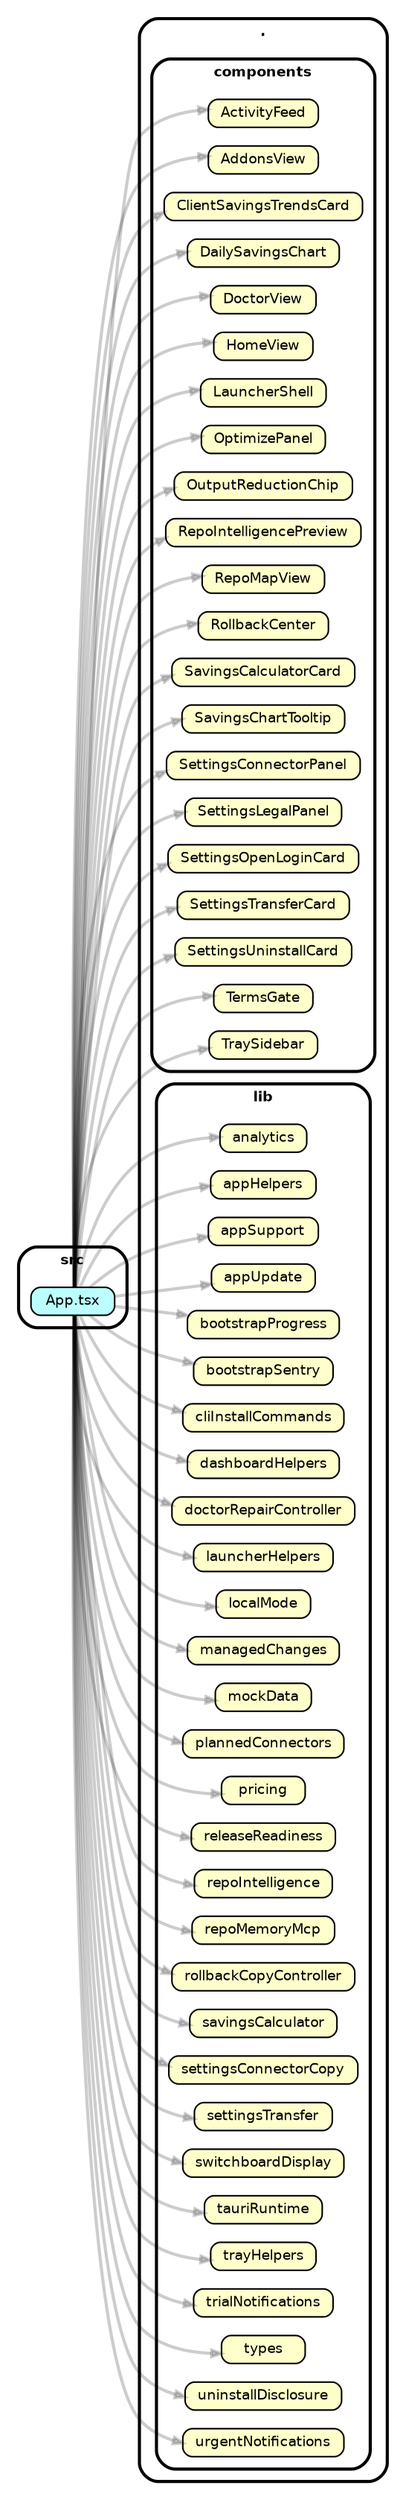
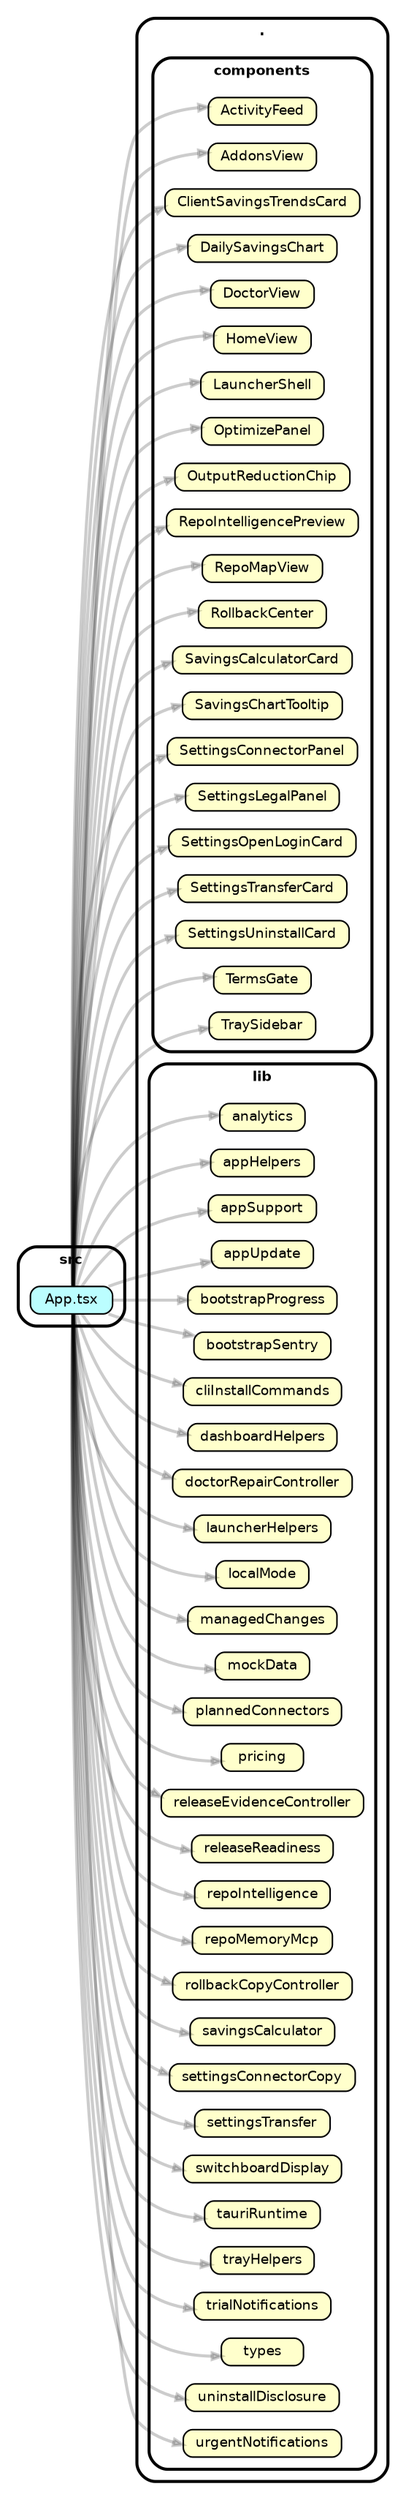
strict digraph "dependency-cruiser output"{
    rankdir="LR" splines="true" overlap="false" nodesep="0.16" ranksep="0.18" fontname="Helvetica-bold" fontsize="9" style="rounded,bold,filled" fillcolor="#ffffff" compound="true"
    node [shape="box" style="rounded, filled" height="0.2" color="black" fillcolor="#ffffcc" fontcolor="black" fontname="Helvetica" fontsize="9"]
    edge [arrowhead="normal" arrowsize="0.6" penwidth="2.0" color="#00000033" fontname="Helvetica" fontsize="9"]

    subgraph "cluster_." {label="." subgraph "cluster_./components" {label="components" "./components/ActivityFeed" [label=<ActivityFeed> tooltip="ActivityFeed" ] } }
    subgraph "cluster_." {label="." subgraph "cluster_./components" {label="components" "./components/AddonsView" [label=<AddonsView> tooltip="AddonsView" ] } }
    subgraph "cluster_." {label="." subgraph "cluster_./components" {label="components" "./components/ClientSavingsTrendsCard" [label=<ClientSavingsTrendsCard> tooltip="ClientSavingsTrendsCard" ] } }
    subgraph "cluster_." {label="." subgraph "cluster_./components" {label="components" "./components/DailySavingsChart" [label=<DailySavingsChart> tooltip="DailySavingsChart" ] } }
    subgraph "cluster_." {label="." subgraph "cluster_./components" {label="components" "./components/DoctorView" [label=<DoctorView> tooltip="DoctorView" ] } }
    subgraph "cluster_." {label="." subgraph "cluster_./components" {label="components" "./components/HomeView" [label=<HomeView> tooltip="HomeView" ] } }
    subgraph "cluster_." {label="." subgraph "cluster_./components" {label="components" "./components/LauncherShell" [label=<LauncherShell> tooltip="LauncherShell" ] } }
    subgraph "cluster_." {label="." subgraph "cluster_./components" {label="components" "./components/OptimizePanel" [label=<OptimizePanel> tooltip="OptimizePanel" ] } }
    subgraph "cluster_." {label="." subgraph "cluster_./components" {label="components" "./components/OutputReductionChip" [label=<OutputReductionChip> tooltip="OutputReductionChip" ] } }
    subgraph "cluster_." {label="." subgraph "cluster_./components" {label="components" "./components/RepoIntelligencePreview" [label=<RepoIntelligencePreview> tooltip="RepoIntelligencePreview" ] } }
    subgraph "cluster_." {label="." subgraph "cluster_./components" {label="components" "./components/RepoMapView" [label=<RepoMapView> tooltip="RepoMapView" ] } }
    subgraph "cluster_." {label="." subgraph "cluster_./components" {label="components" "./components/RollbackCenter" [label=<RollbackCenter> tooltip="RollbackCenter" ] } }
    subgraph "cluster_." {label="." subgraph "cluster_./components" {label="components" "./components/SavingsCalculatorCard" [label=<SavingsCalculatorCard> tooltip="SavingsCalculatorCard" ] } }
    subgraph "cluster_." {label="." subgraph "cluster_./components" {label="components" "./components/SavingsChartTooltip" [label=<SavingsChartTooltip> tooltip="SavingsChartTooltip" ] } }
    subgraph "cluster_." {label="." subgraph "cluster_./components" {label="components" "./components/SettingsConnectorPanel" [label=<SettingsConnectorPanel> tooltip="SettingsConnectorPanel" ] } }
    subgraph "cluster_." {label="." subgraph "cluster_./components" {label="components" "./components/SettingsLegalPanel" [label=<SettingsLegalPanel> tooltip="SettingsLegalPanel" ] } }
    subgraph "cluster_." {label="." subgraph "cluster_./components" {label="components" "./components/SettingsOpenLoginCard" [label=<SettingsOpenLoginCard> tooltip="SettingsOpenLoginCard" ] } }
    subgraph "cluster_." {label="." subgraph "cluster_./components" {label="components" "./components/SettingsTransferCard" [label=<SettingsTransferCard> tooltip="SettingsTransferCard" ] } }
    subgraph "cluster_." {label="." subgraph "cluster_./components" {label="components" "./components/SettingsUninstallCard" [label=<SettingsUninstallCard> tooltip="SettingsUninstallCard" ] } }
    subgraph "cluster_." {label="." subgraph "cluster_./components" {label="components" "./components/TermsGate" [label=<TermsGate> tooltip="TermsGate" ] } }
    subgraph "cluster_." {label="." subgraph "cluster_./components" {label="components" "./components/TraySidebar" [label=<TraySidebar> tooltip="TraySidebar" ] } }
    subgraph "cluster_." {label="." subgraph "cluster_./lib" {label="lib" "./lib/analytics" [label=<analytics> tooltip="analytics" ] } }
    subgraph "cluster_." {label="." subgraph "cluster_./lib" {label="lib" "./lib/appHelpers" [label=<appHelpers> tooltip="appHelpers" ] } }
    subgraph "cluster_." {label="." subgraph "cluster_./lib" {label="lib" "./lib/appSupport" [label=<appSupport> tooltip="appSupport" ] } }
    subgraph "cluster_." {label="." subgraph "cluster_./lib" {label="lib" "./lib/appUpdate" [label=<appUpdate> tooltip="appUpdate" ] } }
    subgraph "cluster_." {label="." subgraph "cluster_./lib" {label="lib" "./lib/bootstrapProgress" [label=<bootstrapProgress> tooltip="bootstrapProgress" ] } }
    subgraph "cluster_." {label="." subgraph "cluster_./lib" {label="lib" "./lib/bootstrapSentry" [label=<bootstrapSentry> tooltip="bootstrapSentry" ] } }
    subgraph "cluster_." {label="." subgraph "cluster_./lib" {label="lib" "./lib/cliInstallCommands" [label=<cliInstallCommands> tooltip="cliInstallCommands" ] } }
    subgraph "cluster_." {label="." subgraph "cluster_./lib" {label="lib" "./lib/dashboardHelpers" [label=<dashboardHelpers> tooltip="dashboardHelpers" ] } }
    subgraph "cluster_." {label="." subgraph "cluster_./lib" {label="lib" "./lib/doctorRepairController" [label=<doctorRepairController> tooltip="doctorRepairController" ] } }
    subgraph "cluster_." {label="." subgraph "cluster_./lib" {label="lib" "./lib/launcherHelpers" [label=<launcherHelpers> tooltip="launcherHelpers" ] } }
    subgraph "cluster_." {label="." subgraph "cluster_./lib" {label="lib" "./lib/localMode" [label=<localMode> tooltip="localMode" ] } }
    subgraph "cluster_." {label="." subgraph "cluster_./lib" {label="lib" "./lib/managedChanges" [label=<managedChanges> tooltip="managedChanges" ] } }
    subgraph "cluster_." {label="." subgraph "cluster_./lib" {label="lib" "./lib/mockData" [label=<mockData> tooltip="mockData" ] } }
    subgraph "cluster_." {label="." subgraph "cluster_./lib" {label="lib" "./lib/plannedConnectors" [label=<plannedConnectors> tooltip="plannedConnectors" ] } }
    subgraph "cluster_." {label="." subgraph "cluster_./lib" {label="lib" "./lib/pricing" [label=<pricing> tooltip="pricing" ] } }
+     subgraph "cluster_." {label="." subgraph "cluster_./lib" {label="lib" "./lib/releaseEvidenceController" [label=<releaseEvidenceController> tooltip="releaseEvidenceController" ] } }
    subgraph "cluster_." {label="." subgraph "cluster_./lib" {label="lib" "./lib/releaseReadiness" [label=<releaseReadiness> tooltip="releaseReadiness" ] } }
    subgraph "cluster_." {label="." subgraph "cluster_./lib" {label="lib" "./lib/repoIntelligence" [label=<repoIntelligence> tooltip="repoIntelligence" ] } }
    subgraph "cluster_." {label="." subgraph "cluster_./lib" {label="lib" "./lib/repoMemoryMcp" [label=<repoMemoryMcp> tooltip="repoMemoryMcp" ] } }
    subgraph "cluster_." {label="." subgraph "cluster_./lib" {label="lib" "./lib/rollbackCopyController" [label=<rollbackCopyController> tooltip="rollbackCopyController" ] } }
    subgraph "cluster_." {label="." subgraph "cluster_./lib" {label="lib" "./lib/savingsCalculator" [label=<savingsCalculator> tooltip="savingsCalculator" ] } }
    subgraph "cluster_." {label="." subgraph "cluster_./lib" {label="lib" "./lib/settingsConnectorCopy" [label=<settingsConnectorCopy> tooltip="settingsConnectorCopy" ] } }
    subgraph "cluster_." {label="." subgraph "cluster_./lib" {label="lib" "./lib/settingsTransfer" [label=<settingsTransfer> tooltip="settingsTransfer" ] } }
    subgraph "cluster_." {label="." subgraph "cluster_./lib" {label="lib" "./lib/switchboardDisplay" [label=<switchboardDisplay> tooltip="switchboardDisplay" ] } }
    subgraph "cluster_." {label="." subgraph "cluster_./lib" {label="lib" "./lib/tauriRuntime" [label=<tauriRuntime> tooltip="tauriRuntime" ] } }
    subgraph "cluster_." {label="." subgraph "cluster_./lib" {label="lib" "./lib/trayHelpers" [label=<trayHelpers> tooltip="trayHelpers" ] } }
    subgraph "cluster_." {label="." subgraph "cluster_./lib" {label="lib" "./lib/trialNotifications" [label=<trialNotifications> tooltip="trialNotifications" ] } }
    subgraph "cluster_." {label="." subgraph "cluster_./lib" {label="lib" "./lib/types" [label=<types> tooltip="types" ] } }
    subgraph "cluster_." {label="." subgraph "cluster_./lib" {label="lib" "./lib/uninstallDisclosure" [label=<uninstallDisclosure> tooltip="uninstallDisclosure" ] } }
    subgraph "cluster_." {label="." subgraph "cluster_./lib" {label="lib" "./lib/urgentNotifications" [label=<urgentNotifications> tooltip="urgentNotifications" ] } }
    subgraph "cluster_src" {label="src" "src/App.tsx" [label=<App.tsx> tooltip="App.tsx" URL="src/App.tsx" fillcolor="#bbfeff"] }
    "src/App.tsx" -> "./components/ActivityFeed"
    "src/App.tsx" -> "./components/AddonsView"
    "src/App.tsx" -> "./components/ClientSavingsTrendsCard"
    "src/App.tsx" -> "./components/DailySavingsChart"
    "src/App.tsx" -> "./components/DoctorView"
    "src/App.tsx" -> "./components/HomeView"
    "src/App.tsx" -> "./components/LauncherShell"
    "src/App.tsx" -> "./components/OptimizePanel"
    "src/App.tsx" -> "./components/OutputReductionChip"
    "src/App.tsx" -> "./components/RepoIntelligencePreview"
    "src/App.tsx" -> "./components/RepoMapView"
    "src/App.tsx" -> "./components/RollbackCenter"
    "src/App.tsx" -> "./components/SavingsCalculatorCard"
    "src/App.tsx" -> "./components/SavingsChartTooltip"
    "src/App.tsx" -> "./components/SettingsConnectorPanel"
    "src/App.tsx" -> "./components/SettingsLegalPanel"
    "src/App.tsx" -> "./components/SettingsOpenLoginCard"
    "src/App.tsx" -> "./components/SettingsTransferCard"
    "src/App.tsx" -> "./components/SettingsUninstallCard"
    "src/App.tsx" -> "./components/TermsGate"
    "src/App.tsx" -> "./components/TraySidebar"
    "src/App.tsx" -> "./lib/analytics"
    "src/App.tsx" -> "./lib/appHelpers"
    "src/App.tsx" -> "./lib/appSupport"
    "src/App.tsx" -> "./lib/appUpdate"
    "src/App.tsx" -> "./lib/bootstrapProgress"
    "src/App.tsx" -> "./lib/bootstrapSentry"
    "src/App.tsx" -> "./lib/cliInstallCommands"
    "src/App.tsx" -> "./lib/dashboardHelpers"
    "src/App.tsx" -> "./lib/doctorRepairController"
    "src/App.tsx" -> "./lib/launcherHelpers"
    "src/App.tsx" -> "./lib/localMode"
    "src/App.tsx" -> "./lib/managedChanges"
    "src/App.tsx" -> "./lib/mockData"
    "src/App.tsx" -> "./lib/plannedConnectors"
    "src/App.tsx" -> "./lib/pricing"
+     "src/App.tsx" -> "./lib/releaseEvidenceController"
    "src/App.tsx" -> "./lib/releaseReadiness"
    "src/App.tsx" -> "./lib/repoIntelligence"
    "src/App.tsx" -> "./lib/repoMemoryMcp"
    "src/App.tsx" -> "./lib/rollbackCopyController"
    "src/App.tsx" -> "./lib/savingsCalculator"
    "src/App.tsx" -> "./lib/settingsConnectorCopy"
    "src/App.tsx" -> "./lib/settingsTransfer"
    "src/App.tsx" -> "./lib/switchboardDisplay"
    "src/App.tsx" -> "./lib/tauriRuntime"
    "src/App.tsx" -> "./lib/trayHelpers"
    "src/App.tsx" -> "./lib/trialNotifications"
    "src/App.tsx" -> "./lib/types"
    "src/App.tsx" -> "./lib/uninstallDisclosure"
    "src/App.tsx" -> "./lib/urgentNotifications"
}
